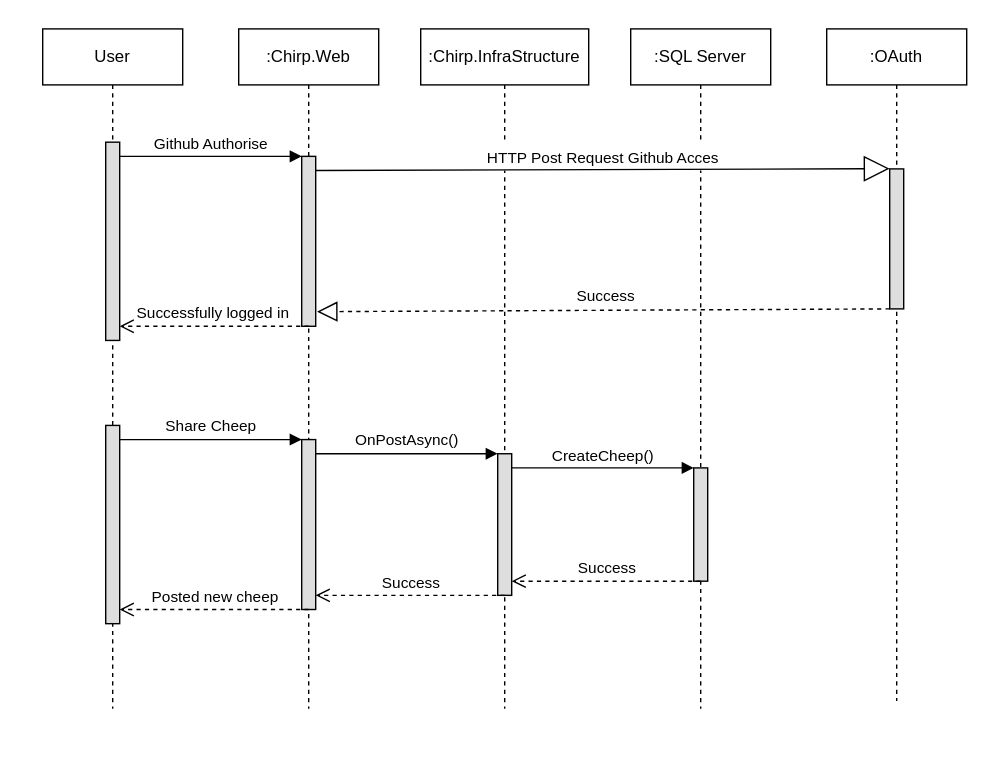
The draw.io diagram docs/Diagrams/SequenceDiagram2.drawio.svg in ITU-BDSA2024-GROUP22/Chirp, before a commit. Source tidied: cells renumbered, new cells last; positions are measured from the earlier drawing's top-left corner, leaving out a move shared by most shapes.
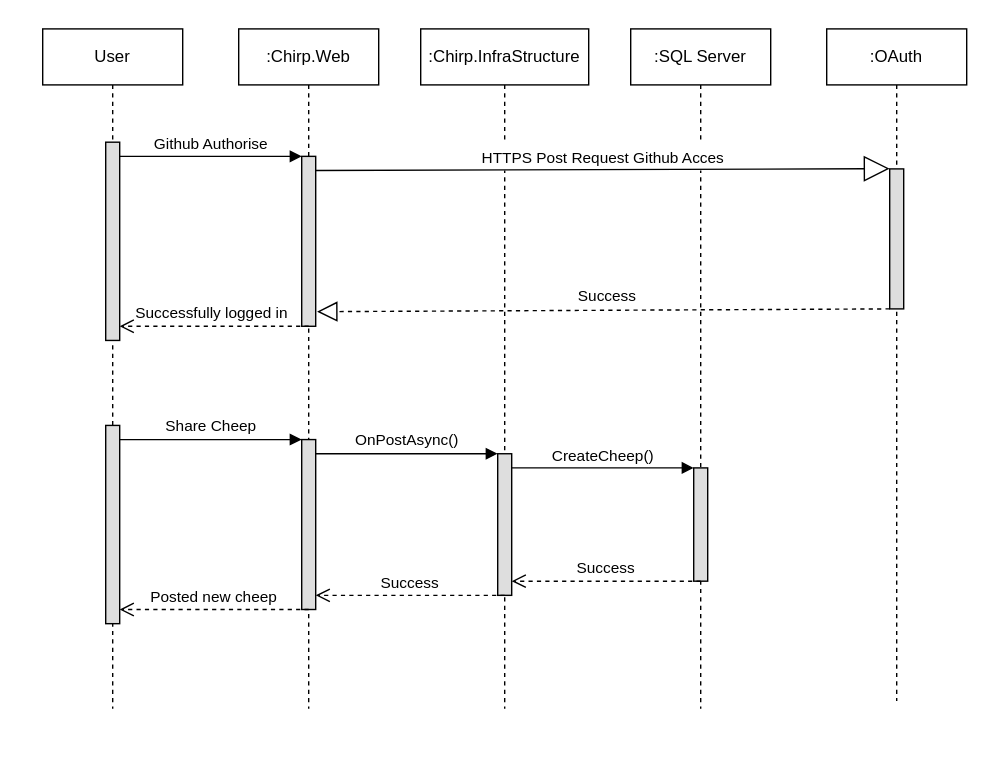
After the change.

Change to the diagram source:
```diff
@@ -58,7 +58,7 @@
     <mxCell id="15" style="html=1;perimeter=orthogonalPerimeter;targetShapes=umlLifeline;newEdgeStyle={&quot;edgeStyle&quot;:&quot;elbowEdgeStyle&quot;,&quot;elbow&quot;:&quot;vertical&quot;,&quot;curved&quot;:0,&quot;rounded&quot;:0};fillColor=#dedede;" parent="1" vertex="1">
       <mxGeometry x="75" y="303.2" width="10" height="141.6" as="geometry" />
     </mxCell>
-    <mxCell id="16" value="HTTP Post Request Github Acces" style="html=1;verticalAlign=bottom;endArrow=block;curved=0;rounded=0;strokeColor=none;" parent="1" edge="1">
+    <mxCell id="16" value="HTTPS Post Request Github Acces" style="html=1;verticalAlign=bottom;endArrow=block;curved=0;rounded=0;strokeColor=none;" parent="1" edge="1">
       <mxGeometry relative="1" as="geometry">
         <mxPoint x="225" y="121.2" as="sourcePoint" />
         <mxPoint x="635" y="121.2" as="targetPoint" />
```
